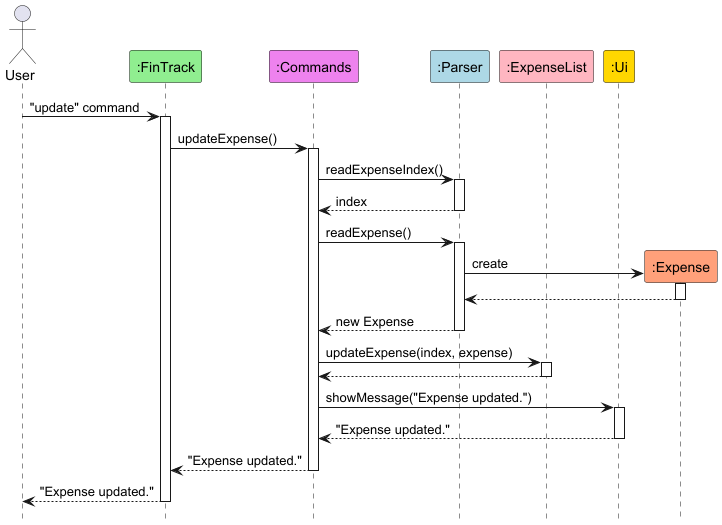
Earlier version of the PlantUML export docs/diagrams/UpdateCommand.png (AY2425S2-CS2113-W12-3/tp).
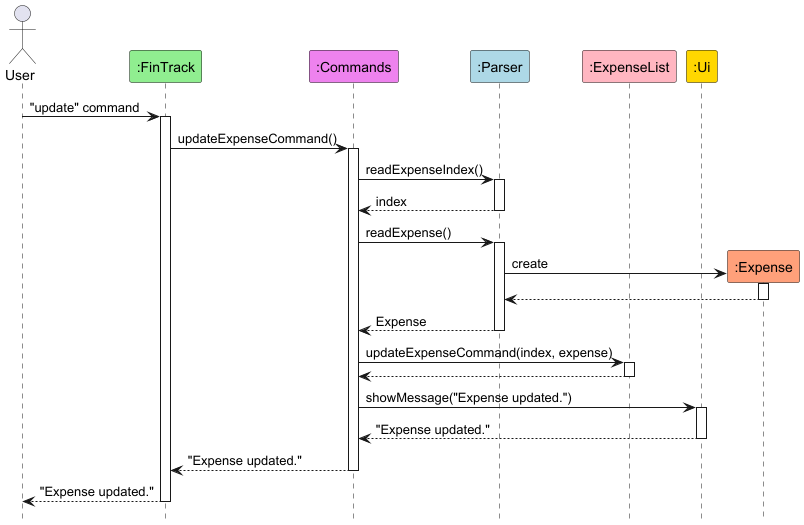
After the change.

Change to the diagram source:
```diff
@@ -5,38 +5,38 @@
 actor User
 
 participant ":FinTrack" as FinTrack #90EE90
-participant ":Commands" as Commands #EE82EE
+participant ":Commands" as AllCommands #EE82EE
 participant ":Parser" as Parser #ADD8E6
 participant ":ExpenseList" as ExpenseList #FFB6C1
 participant ":Ui" as Ui #FFD700
 
 User -> FinTrack : "update" command
 activate FinTrack
-FinTrack -> Commands : updateExpense()
-activate Commands
-Commands -> Parser : readExpenseIndex()
+FinTrack -> AllCommands : updateExpenseCommand()
+activate AllCommands
+AllCommands -> Parser : readExpenseIndex()
 activate Parser
-Parser --> Commands : index
+Parser --> AllCommands : index
 deactivate Parser
-Commands -> Parser : readExpense()
+AllCommands -> Parser : readExpense()
 activate Parser
 create ":Expense" as UpdatedExpense #FFA07A
 Parser -> UpdatedExpense : create
 activate UpdatedExpense
 UpdatedExpense --> Parser
 deactivate UpdatedExpense
-Parser --> Commands : new Expense
+Parser --> AllCommands : Expense
 deactivate Parser
-Commands -> ExpenseList : updateExpense(index, expense)
+AllCommands -> ExpenseList : updateExpenseCommand(index, expense)
 activate ExpenseList
-ExpenseList --> Commands :
+ExpenseList --> AllCommands :
 deactivate ExpenseList
-Commands -> Ui : showMessage("Expense updated.")
+AllCommands -> Ui : showMessage("Expense updated.")
 activate Ui
-Ui --> Commands : "Expense updated."
+Ui --> AllCommands : "Expense updated."
 deactivate Ui
-Commands --> FinTrack : "Expense updated."
-deactivate Commands
+AllCommands --> FinTrack : "Expense updated."
+deactivate AllCommands
 FinTrack --> User : "Expense updated."
 deactivate FinTrack
 
```
